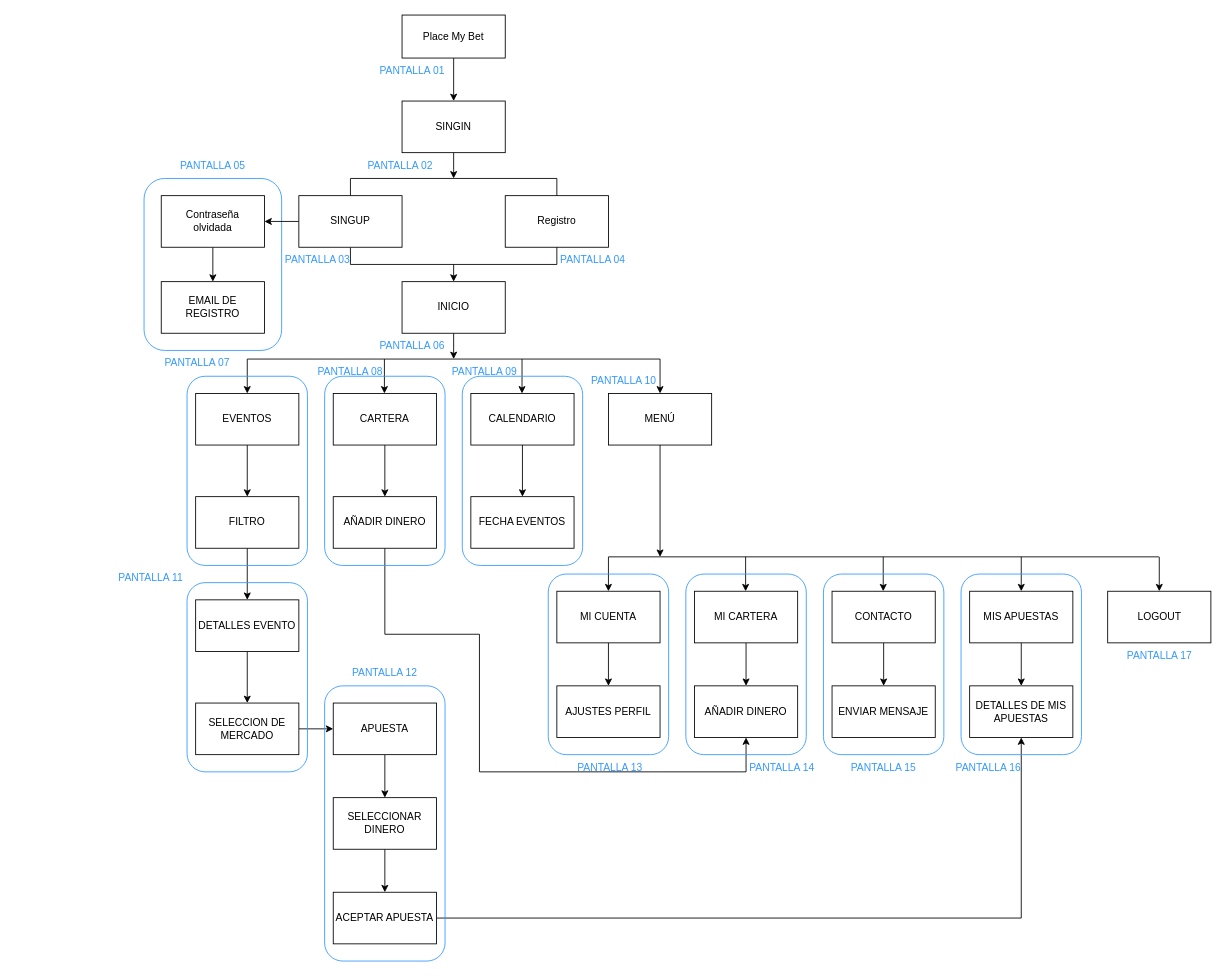
The draw.io diagram 02_DIN/PlaceMyBet_PrietoVillenaAdrian_MP.drawio in adprietodev/02_DAM_ACT, before the edit. Source tidied: cells renumbered, new cells numbered last; positions are measured from the earlier drawing's top-left corner, leaving out a move shared by most shapes. Both pictures are drawn from the tidied source at 86%, with x=0, y=0 at pixel (114, 15).
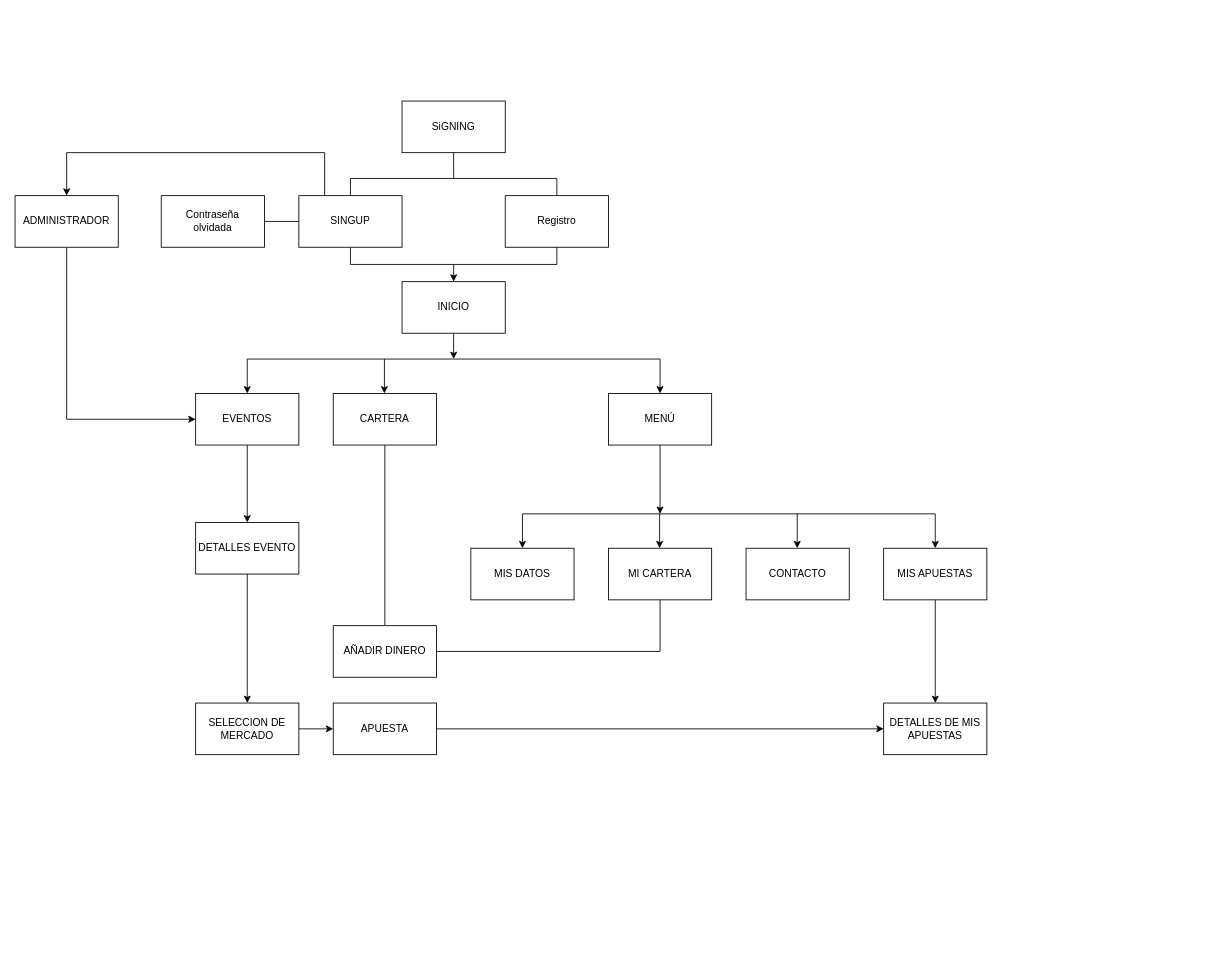
Above is the later version.

Unchanged cells that the change refers to:
```xml
<mxCell id="8" value="Contraseña&lt;br&gt;olvidada" style="rounded=0;whiteSpace=wrap;html=1;" parent="1" vertex="1">
  <mxGeometry x="54" y="210" width="120" height="60" as="geometry" />
</mxCell>
<mxCell id="13" value="SINGUP" style="rounded=0;whiteSpace=wrap;html=1;" parent="1" vertex="1">
  <mxGeometry x="214" y="210" width="120" height="60" as="geometry" />
</mxCell>
<mxCell id="17" value="EVENTOS" style="rounded=0;whiteSpace=wrap;html=1;" parent="1" vertex="1">
  <mxGeometry x="94" y="440" width="120" height="60" as="geometry" />
</mxCell>
<mxCell id="19" value="CARTERA" style="rounded=0;whiteSpace=wrap;html=1;" parent="1" vertex="1">
  <mxGeometry x="254" y="440" width="120" height="60" as="geometry" />
</mxCell>
<mxCell id="22" value="MENÚ" style="rounded=0;whiteSpace=wrap;html=1;" parent="1" vertex="1">
  <mxGeometry x="574" y="440" width="120" height="60" as="geometry" />
</mxCell>
<mxCell id="54" value="APUESTA" style="rounded=0;whiteSpace=wrap;html=1;" parent="1" vertex="1">
  <mxGeometry x="254" y="800" width="120" height="60" as="geometry" />
</mxCell>
```

What changed in the source:
```diff
@@
-    <mxCell id="2" style="rounded=1;whiteSpace=wrap;html=1;fillColor=none;strokeColor=#3399FF;" parent="1" vertex="1">
-      <mxGeometry x="34" y="190" width="160" height="200" as="geometry" />
-    </mxCell>
-    <mxCell id="3" style="edgeStyle=orthogonalEdgeStyle;rounded=0;jettySize=auto;html=1;entryX=0.5;entryY=0;entryDx=0;entryDy=0;endArrow=classic;endFill=1;" parent="1" edge="1" source="4" target="6">
-      <mxGeometry relative="1" as="geometry" />
-    </mxCell>
-    <mxCell id="4" value="Place My Bet" style="rounded=0;whiteSpace=wrap;html=1;" parent="1" vertex="1">
-      <mxGeometry x="334" width="120" height="50" as="geometry" />
-    </mxCell>
-    <mxCell id="5" style="edgeStyle=orthogonalEdgeStyle;rounded=0;jettySize=auto;html=1;endArrow=classic;endFill=1;" parent="1" edge="1" source="6">
+    <mxCell id="5" style="edgeStyle=orthogonalEdgeStyle;rounded=0;jettySize=auto;html=1;endArrow=none;endFill=0;" parent="1" edge="1" source="6">
       <mxGeometry relative="1" as="geometry">
         <mxPoint x="394" y="190" as="targetPoint" />
       </mxGeometry>
     </mxCell>
-    <mxCell id="6" value="SINGIN" style="rounded=0;whiteSpace=wrap;html=1;" parent="1" vertex="1">
+    <mxCell id="6" value="SiGNING" style="rounded=0;whiteSpace=wrap;html=1;" parent="1" vertex="1">
       <mxGeometry x="334" y="100" width="120" height="60" as="geometry" />
     </mxCell>
-    <mxCell id="7" style="edgeStyle=orthogonalEdgeStyle;rounded=0;jettySize=auto;html=1;exitX=0.5;exitY=1;exitDx=0;exitDy=0;entryX=0.5;entryY=0;entryDx=0;entryDy=0;" parent="1" edge="1" source="8" target="14">
-      <mxGeometry relative="1" as="geometry" />
-    </mxCell>
@@
-    <mxCell id="11" style="edgeStyle=orthogonalEdgeStyle;rounded=0;jettySize=auto;html=1;entryX=1;entryY=0.5;entryDx=0;entryDy=0;endArrow=classic;endFill=1;" parent="1" edge="1" source="13" target="8">
+    <mxCell id="11" style="edgeStyle=orthogonalEdgeStyle;rounded=0;jettySize=auto;html=1;entryX=1;entryY=0.5;entryDx=0;entryDy=0;endArrow=none;endFill=0;" parent="1" edge="1" source="13" target="8">
       <mxGeometry relative="1" as="geometry" />
     </mxCell>
@@
-    <mxCell id="14" value="EMAIL DE REGISTRO" style="rounded=0;whiteSpace=wrap;html=1;" parent="1" vertex="1">
-      <mxGeometry x="54" y="310" width="120" height="60" as="geometry" />
-    </mxCell>
@@
-    <mxCell id="16" style="edgeStyle=orthogonalEdgeStyle;rounded=0;jettySize=auto;html=1;endArrow=classic;endFill=1;" parent="1" edge="1" source="17" target="43">
-      <mxGeometry relative="1" as="geometry" />
-    </mxCell>
+    <mxCell id="91" style="edgeStyle=orthogonalEdgeStyle;rounded=0;jettySize=auto;html=1;" parent="1" edge="1" source="17" target="48">
+      <mxGeometry relative="1" as="geometry" />
+    </mxCell>
@@
-    <mxCell id="18" style="edgeStyle=orthogonalEdgeStyle;rounded=0;jettySize=auto;html=1;endArrow=classic;endFill=1;" parent="1" edge="1" source="19" target="45">
-      <mxGeometry relative="1" as="geometry" />
-    </mxCell>
+    <mxCell id="92" style="edgeStyle=orthogonalEdgeStyle;rounded=0;jettySize=auto;html=1;entryX=0.5;entryY=0;entryDx=0;entryDy=0;endArrow=none;endFill=0;" parent="1" edge="1" source="19" target="58">
+      <mxGeometry relative="1" as="geometry" />
+    </mxCell>
@@
-    <mxCell id="20" style="edgeStyle=orthogonalEdgeStyle;rounded=0;jettySize=auto;html=1;entryX=0.5;entryY=0;entryDx=0;entryDy=0;endArrow=classic;endFill=1;" parent="1" edge="1" source="21" target="46">
-      <mxGeometry relative="1" as="geometry" />
-    </mxCell>
-    <mxCell id="21" value="CALENDARIO" style="rounded=0;whiteSpace=wrap;html=1;" parent="1" vertex="1">
-      <mxGeometry x="414" y="440" width="120" height="60" as="geometry" />
-    </mxCell>
@@
-    <mxCell id="25" style="endArrow=classic;html=1;rounded=0;entryX=0.5;entryY=0;entryDx=0;entryDy=0;" parent="1" edge="1">
-      <mxGeometry x="-1" y="211" relative="1" as="geometry">
-        <mxPoint x="473.5" y="400" as="sourcePoint" />
-        <mxPoint x="473.5" y="440" as="targetPoint" />
-        <mxPoint x="-1" y="-20" as="offset" />
-      </mxGeometry>
-    </mxCell>
@@
-    <mxCell id="28" style="edgeStyle=orthogonalEdgeStyle;rounded=0;jettySize=auto;html=1;endArrow=classic;endFill=1;" parent="1" edge="1" source="29" target="57">
-      <mxGeometry relative="1" as="geometry" />
-    </mxCell>
-    <mxCell id="29" value="MI CUENTA" style="rounded=0;whiteSpace=wrap;html=1;" parent="1" vertex="1">
-      <mxGeometry x="514" y="670" width="120" height="60" as="geometry" />
+    <mxCell id="29" value="MIS DATOS" style="rounded=0;whiteSpace=wrap;html=1;" parent="1" vertex="1">
+      <mxGeometry x="414" y="620" width="120" height="60" as="geometry" />
     </mxCell>
-    <mxCell id="30" style="edgeStyle=orthogonalEdgeStyle;rounded=0;jettySize=auto;html=1;endArrow=classic;endFill=1;" parent="1" edge="1" source="31" target="58">
-      <mxGeometry relative="1" as="geometry" />
+    <mxCell id="30" style="edgeStyle=orthogonalEdgeStyle;rounded=0;jettySize=auto;html=1;endArrow=none;endFill=0;entryX=1;entryY=0.5;entryDx=0;entryDy=0;" parent="1" edge="1" source="31" target="58">
+      <mxGeometry relative="1" as="geometry">
+        <Array as="points">
+          <mxPoint x="634" y="740" />
+        </Array>
+      </mxGeometry>
     </mxCell>
     <mxCell id="31" value="MI CARTERA" style="rounded=0;whiteSpace=wrap;html=1;" parent="1" vertex="1">
-      <mxGeometry x="674" y="670" width="120" height="60" as="geometry" />
+      <mxGeometry x="574" y="620" width="120" height="60" as="geometry" />
     </mxCell>
-    <mxCell id="32" style="edgeStyle=orthogonalEdgeStyle;rounded=0;jettySize=auto;html=1;endArrow=classic;endFill=1;" parent="1" edge="1" source="33" target="59">
-      <mxGeometry relative="1" as="geometry" />
-    </mxCell>
     <mxCell id="33" value="CONTACTO" style="rounded=0;whiteSpace=wrap;html=1;" parent="1" vertex="1">
-      <mxGeometry x="834" y="670" width="120" height="60" as="geometry" />
+      <mxGeometry x="734" y="620" width="120" height="60" as="geometry" />
     </mxCell>
@@
     <mxCell id="35" value="MIS APUESTAS" style="rounded=0;whiteSpace=wrap;html=1;" parent="1" vertex="1">
-      <mxGeometry x="994" y="670" width="120" height="60" as="geometry" />
+      <mxGeometry x="894" y="620" width="120" height="60" as="geometry" />
     </mxCell>
     <mxCell id="36" style="endArrow=classic;html=1;rounded=0;entryX=0.5;entryY=0;entryDx=0;entryDy=0;" parent="1" edge="1" target="29">
       <mxGeometry relative="1" as="geometry">
-        <mxPoint x="574" y="630" as="sourcePoint" />
+        <mxPoint x="474" y="580" as="sourcePoint" />
       </mxGeometry>
     </mxCell>
     <mxCell id="37" style="endArrow=classic;html=1;rounded=0;entryX=0.5;entryY=0;entryDx=0;entryDy=0;" parent="1" edge="1">
       <mxGeometry x="-1" y="81" relative="1" as="geometry">
-        <mxPoint x="733.5" y="630" as="sourcePoint" />
-        <mxPoint x="733.5" y="670" as="targetPoint" />
+        <mxPoint x="633.5" y="580" as="sourcePoint" />
+        <mxPoint x="633.5" y="620" as="targetPoint" />
         <mxPoint x="-1" y="-10" as="offset" />
       </mxGeometry>
     </mxCell>
     <mxCell id="38" style="endArrow=classic;html=1;rounded=0;entryX=0.5;entryY=0;entryDx=0;entryDy=0;" parent="1" edge="1">
       <mxGeometry x="-1" y="211" relative="1" as="geometry">
-        <mxPoint x="893.5" y="630" as="sourcePoint" />
-        <mxPoint x="893.5" y="670" as="targetPoint" />
+        <mxPoint x="793.5" y="580" as="sourcePoint" />
+        <mxPoint x="793.5" y="620" as="targetPoint" />
         <mxPoint x="-1" y="-20" as="offset" />
       </mxGeometry>
     </mxCell>
     <mxCell id="39" style="endArrow=classic;html=1;rounded=0;" parent="1" edge="1" target="35">
       <mxGeometry x="-1" y="211" relative="1" as="geometry">
-        <mxPoint x="1054" y="630" as="sourcePoint" />
+        <mxPoint x="954" y="580" as="sourcePoint" />
         <mxPoint x="-1" y="-20" as="offset" />
       </mxGeometry>
     </mxCell>
     <mxCell id="40" style="endArrow=none;html=1;rounded=0;" parent="1" edge="1">
       <mxGeometry relative="1" as="geometry">
-        <mxPoint x="574" y="630" as="sourcePoint" />
-        <mxPoint x="1214" y="630" as="targetPoint" />
+        <mxPoint x="474" y="580" as="sourcePoint" />
+        <mxPoint x="954" y="580" as="targetPoint" />
       </mxGeometry>
     </mxCell>
     <mxCell id="41" style="endArrow=classic;html=1;rounded=0;exitX=0.5;exitY=1;exitDx=0;exitDy=0;" parent="1" edge="1" source="22">
       <mxGeometry relative="1" as="geometry">
-        <mxPoint x="634" y="630" as="targetPoint" />
+        <mxPoint x="634" y="580" as="targetPoint" />
       </mxGeometry>
     </mxCell>
-    <mxCell id="42" style="edgeStyle=orthogonalEdgeStyle;rounded=0;jettySize=auto;html=1;endArrow=classic;endFill=1;" parent="1" edge="1" source="43" target="48">
-      <mxGeometry relative="1" as="geometry" />
-    </mxCell>
-    <mxCell id="43" value="FILTRO" style="rounded=0;whiteSpace=wrap;html=1;" parent="1" vertex="1">
-      <mxGeometry x="94" y="560" width="120" height="60" as="geometry" />
-    </mxCell>
-    <mxCell id="44" style="edgeStyle=orthogonalEdgeStyle;rounded=0;jettySize=auto;html=1;entryX=0.5;entryY=1;entryDx=0;entryDy=0;endArrow=classic;endFill=1;" parent="1" edge="1" source="45" target="58">
-      <mxGeometry relative="1" as="geometry">
-        <Array as="points">
-          <mxPoint x="314" y="720" />
-          <mxPoint x="424" y="720" />
-          <mxPoint x="424" y="880" />
-          <mxPoint x="734" y="880" />
-        </Array>
-      </mxGeometry>
-    </mxCell>
-    <mxCell id="45" value="AÑADIR DINERO" style="rounded=0;whiteSpace=wrap;html=1;" parent="1" vertex="1">
-      <mxGeometry x="254" y="560" width="120" height="60" as="geometry" />
-    </mxCell>
-    <mxCell id="46" value="FECHA EVENTOS" style="rounded=0;whiteSpace=wrap;html=1;" parent="1" vertex="1">
-      <mxGeometry x="414" y="560" width="120" height="60" as="geometry" />
-    </mxCell>
@@
     <mxCell id="48" value="DETALLES EVENTO" style="rounded=0;whiteSpace=wrap;html=1;" parent="1" vertex="1">
-      <mxGeometry x="94" y="680" width="120" height="60" as="geometry" />
+      <mxGeometry x="94" y="590" width="120" height="60" as="geometry" />
     </mxCell>
@@
-    <mxCell id="51" value="LOGOUT" style="rounded=0;whiteSpace=wrap;html=1;" parent="1" vertex="1">
-      <mxGeometry x="1154.5" y="670" width="120" height="60" as="geometry" />
-    </mxCell>
-    <mxCell id="52" style="endArrow=classic;html=1;rounded=0;" parent="1" edge="1" target="51">
-      <mxGeometry x="-1" y="211" relative="1" as="geometry">
-        <mxPoint x="1214.5" y="630" as="sourcePoint" />
-        <mxPoint x="-1" y="-20" as="offset" />
-      </mxGeometry>
-    </mxCell>
-    <mxCell id="53" style="edgeStyle=orthogonalEdgeStyle;rounded=0;jettySize=auto;html=1;endArrow=classic;endFill=1;" parent="1" edge="1" source="54" target="56">
-      <mxGeometry relative="1" as="geometry" />
-    </mxCell>
@@
-    <mxCell id="55" style="edgeStyle=orthogonalEdgeStyle;rounded=0;jettySize=auto;html=1;endArrow=classic;endFill=1;" parent="1" edge="1" source="56" target="64">
-      <mxGeometry relative="1" as="geometry" />
-    </mxCell>
-    <mxCell id="56" value="SELECCIONAR DINERO" style="rounded=0;whiteSpace=wrap;html=1;" parent="1" vertex="1">
-      <mxGeometry x="254" y="910" width="120" height="60" as="geometry" />
-    </mxCell>
-    <mxCell id="57" value="AJUSTES PERFIL" style="rounded=0;whiteSpace=wrap;html=1;" parent="1" vertex="1">
-      <mxGeometry x="514" y="780" width="120" height="60" as="geometry" />
-    </mxCell>
     <mxCell id="58" value="AÑADIR DINERO" style="rounded=0;whiteSpace=wrap;html=1;" parent="1" vertex="1">
-      <mxGeometry x="674" y="780" width="120" height="60" as="geometry" />
+      <mxGeometry x="254" y="710" width="120" height="60" as="geometry" />
     </mxCell>
-    <mxCell id="59" value="ENVIAR MENSAJE" style="rounded=0;whiteSpace=wrap;html=1;" parent="1" vertex="1">
-      <mxGeometry x="834" y="780" width="120" height="60" as="geometry" />
-    </mxCell>
-    <mxCell id="60" value="DETALLES DE MIS APUESTAS" style="rounded=0;whiteSpace=wrap;html=1;" parent="1" vertex="1">
-      <mxGeometry x="994" y="780" width="120" height="60" as="geometry" />
-    </mxCell>
@@
-    <mxCell id="63" style="edgeStyle=orthogonalEdgeStyle;rounded=0;jettySize=auto;html=1;endArrow=classic;endFill=1;entryX=0.5;entryY=1;entryDx=0;entryDy=0;" parent="1" edge="1" source="64" target="60">
-      <mxGeometry relative="1" as="geometry" />
-    </mxCell>
-    <mxCell id="64" value="ACEPTAR APUESTA" style="rounded=0;whiteSpace=wrap;html=1;" parent="1" vertex="1">
-      <mxGeometry x="254" y="1020" width="120" height="60" as="geometry" />
-    </mxCell>
-    <mxCell id="65" style="rounded=1;whiteSpace=wrap;html=1;fillColor=none;strokeColor=#3399FF;" parent="1" vertex="1">
-      <mxGeometry x="84" y="420" width="140" height="220" as="geometry" />
-    </mxCell>
-    <mxCell id="66" style="rounded=1;whiteSpace=wrap;html=1;fillColor=none;strokeColor=#3399FF;" parent="1" vertex="1">
-      <mxGeometry x="244" y="420" width="140" height="220" as="geometry" />
-    </mxCell>
-    <mxCell id="67" style="rounded=1;whiteSpace=wrap;html=1;fillColor=none;strokeColor=#3399FF;" parent="1" vertex="1">
-      <mxGeometry x="404" y="420" width="140" height="220" as="geometry" />
-    </mxCell>
-    <mxCell id="68" style="rounded=1;whiteSpace=wrap;html=1;fillColor=none;strokeColor=#3399FF;" parent="1" vertex="1">
-      <mxGeometry x="84" y="660" width="140" height="220" as="geometry" />
-    </mxCell>
-    <mxCell id="69" style="rounded=1;whiteSpace=wrap;html=1;fillColor=none;strokeColor=#3399FF;" parent="1" vertex="1">
-      <mxGeometry x="244" y="780" width="140" height="320" as="geometry" />
-    </mxCell>
-    <mxCell id="70" style="rounded=1;whiteSpace=wrap;html=1;fillColor=none;strokeColor=#3399FF;" parent="1" vertex="1">
-      <mxGeometry x="504" y="650" width="140" height="210" as="geometry" />
-    </mxCell>
-    <mxCell id="71" style="rounded=1;whiteSpace=wrap;html=1;fillColor=none;strokeColor=#3399FF;" parent="1" vertex="1">
-      <mxGeometry x="664" y="650" width="140" height="210" as="geometry" />
-    </mxCell>
-    <mxCell id="72" style="rounded=1;whiteSpace=wrap;html=1;fillColor=none;strokeColor=#3399FF;" parent="1" vertex="1">
-      <mxGeometry x="824" y="650" width="140" height="210" as="geometry" />
-    </mxCell>
-    <mxCell id="73" style="rounded=1;whiteSpace=wrap;html=1;fillColor=none;strokeColor=#3399FF;" parent="1" vertex="1">
-      <mxGeometry x="984" y="650" width="140" height="210" as="geometry" />
-    </mxCell>
-    <mxCell id="74" value="PANTALLA 01" style="text;html=1;strokeColor=none;fillColor=none;align=center;verticalAlign=middle;whiteSpace=wrap;rounded=0;fontColor=#3399FF;" parent="1" vertex="1">
-      <mxGeometry x="304" y="50" width="84" height="30" as="geometry" />
-    </mxCell>
-    <mxCell id="75" value="PANTALLA 02" style="text;html=1;strokeColor=none;fillColor=none;align=center;verticalAlign=middle;whiteSpace=wrap;rounded=0;fontColor=#3399FF;" parent="1" vertex="1">
-      <mxGeometry x="290" y="160" width="84" height="30" as="geometry" />
-    </mxCell>
-    <mxCell id="76" value="PANTALLA 03" style="text;html=1;strokeColor=none;fillColor=none;align=center;verticalAlign=middle;whiteSpace=wrap;rounded=0;fontColor=#3399FF;" parent="1" vertex="1">
-      <mxGeometry x="194" y="270" width="84" height="30" as="geometry" />
-    </mxCell>
-    <mxCell id="77" value="PANTALLA 04" style="text;html=1;strokeColor=none;fillColor=none;align=center;verticalAlign=middle;whiteSpace=wrap;rounded=0;fontColor=#3399FF;" parent="1" vertex="1">
-      <mxGeometry x="514" y="270" width="84" height="30" as="geometry" />
-    </mxCell>
-    <mxCell id="78" value="PANTALLA 05" style="text;html=1;strokeColor=none;fillColor=none;align=center;verticalAlign=middle;whiteSpace=wrap;rounded=0;fontColor=#3399FF;" parent="1" vertex="1">
-      <mxGeometry x="72" y="160" width="84" height="30" as="geometry" />
-    </mxCell>
-    <mxCell id="79" value="PANTALLA 06" style="text;html=1;strokeColor=none;fillColor=none;align=center;verticalAlign=middle;whiteSpace=wrap;rounded=0;fontColor=#3399FF;" parent="1" vertex="1">
-      <mxGeometry x="304" y="370" width="84" height="30" as="geometry" />
-    </mxCell>
-    <mxCell id="80" value="PANTALLA 07" style="text;html=1;strokeColor=none;fillColor=none;align=center;verticalAlign=middle;whiteSpace=wrap;rounded=0;fontColor=#3399FF;" parent="1" vertex="1">
-      <mxGeometry x="54" y="390" width="84" height="30" as="geometry" />
-    </mxCell>
-    <mxCell id="81" value="PANTALLA 08" style="text;html=1;strokeColor=none;fillColor=none;align=center;verticalAlign=middle;whiteSpace=wrap;rounded=0;fontColor=#3399FF;" parent="1" vertex="1">
-      <mxGeometry x="232" y="400" width="84" height="30" as="geometry" />
-    </mxCell>
-    <mxCell id="82" value="PANTALLA 09" style="text;html=1;strokeColor=none;fillColor=none;align=center;verticalAlign=middle;whiteSpace=wrap;rounded=0;fontColor=#3399FF;" parent="1" vertex="1">
-      <mxGeometry x="388" y="400" width="84" height="30" as="geometry" />
-    </mxCell>
-    <mxCell id="83" value="PANTALLA 10" style="text;html=1;strokeColor=none;fillColor=none;align=center;verticalAlign=middle;whiteSpace=wrap;rounded=0;fontColor=#3399FF;" parent="1" vertex="1">
-      <mxGeometry x="550" y="410" width="84" height="30" as="geometry" />
-    </mxCell>
-    <mxCell id="84" value="PANTALLA 11" style="text;html=1;strokeColor=none;fillColor=none;align=center;verticalAlign=middle;whiteSpace=wrap;rounded=0;fontColor=#3399FF;" parent="1" vertex="1">
-      <mxGeometry y="640" width="84" height="30" as="geometry" />
-    </mxCell>
-    <mxCell id="85" value="PANTALLA 12" style="text;html=1;strokeColor=none;fillColor=none;align=center;verticalAlign=middle;whiteSpace=wrap;rounded=0;fontColor=#3399FF;" parent="1" vertex="1">
-      <mxGeometry x="272" y="750" width="84" height="30" as="geometry" />
-    </mxCell>
-    <mxCell id="86" value="PANTALLA 13" style="text;html=1;strokeColor=none;fillColor=none;align=center;verticalAlign=middle;whiteSpace=wrap;rounded=0;fontColor=#3399FF;" parent="1" vertex="1">
-      <mxGeometry x="534" y="860" width="84" height="30" as="geometry" />
-    </mxCell>
-    <mxCell id="87" value="PANTALLA 14" style="text;html=1;strokeColor=none;fillColor=none;align=center;verticalAlign=middle;whiteSpace=wrap;rounded=0;fontColor=#3399FF;" parent="1" vertex="1">
-      <mxGeometry x="734" y="860" width="84" height="30" as="geometry" />
-    </mxCell>
-    <mxCell id="88" value="PANTALLA 15" style="text;html=1;strokeColor=none;fillColor=none;align=center;verticalAlign=middle;whiteSpace=wrap;rounded=0;fontColor=#3399FF;" parent="1" vertex="1">
-      <mxGeometry x="852" y="860" width="84" height="30" as="geometry" />
-    </mxCell>
-    <mxCell id="89" value="PANTALLA 16" style="text;html=1;strokeColor=none;fillColor=none;align=center;verticalAlign=middle;whiteSpace=wrap;rounded=0;fontColor=#3399FF;" parent="1" vertex="1">
-      <mxGeometry x="974" y="860" width="84" height="30" as="geometry" />
-    </mxCell>
-    <mxCell id="90" value="PANTALLA 17" style="text;html=1;strokeColor=none;fillColor=none;align=center;verticalAlign=middle;whiteSpace=wrap;rounded=0;fontColor=#3399FF;" parent="1" vertex="1">
-      <mxGeometry x="1173" y="730" width="84" height="30" as="geometry" />
-    </mxCell>
+    <mxCell id="93" style="edgeStyle=orthogonalEdgeStyle;rounded=0;jettySize=auto;html=1;entryX=0;entryY=0.5;entryDx=0;entryDy=0;" parent="1" edge="1" source="94" target="17">
+      <mxGeometry relative="1" as="geometry">
+        <Array as="points">
+          <mxPoint x="-56" y="470" />
+        </Array>
+      </mxGeometry>
+    </mxCell>
+    <mxCell id="94" value="ADMINISTRADOR" style="rounded=0;whiteSpace=wrap;html=1;" parent="1" vertex="1">
+      <mxGeometry x="-116" y="210" width="120" height="60" as="geometry" />
+    </mxCell>
+    <mxCell id="95" style="edgeStyle=orthogonalEdgeStyle;rounded=0;jettySize=auto;html=1;endArrow=classic;endFill=1;entryX=0;entryY=0.5;entryDx=0;entryDy=0;exitX=1;exitY=0.5;exitDx=0;exitDy=0;" parent="1" edge="1" source="54" target="60">
+      <mxGeometry relative="1" as="geometry" />
+    </mxCell>
+    <mxCell id="60" value="DETALLES DE MIS APUESTAS" style="rounded=0;whiteSpace=wrap;html=1;" parent="1" vertex="1">
+      <mxGeometry x="894" y="800" width="120" height="60" as="geometry" />
+    </mxCell>
+    <mxCell id="96" style="endArrow=classic;html=1;rounded=0;exitX=0.25;exitY=0;exitDx=0;exitDy=0;entryX=0.5;entryY=0;entryDx=0;entryDy=0;" parent="1" edge="1" source="13" target="94">
+      <mxGeometry relative="1" as="geometry">
+        <Array as="points">
+          <mxPoint x="244" y="160" />
+          <mxPoint x="-56" y="160" />
+        </Array>
+      </mxGeometry>
+    </mxCell>
```
